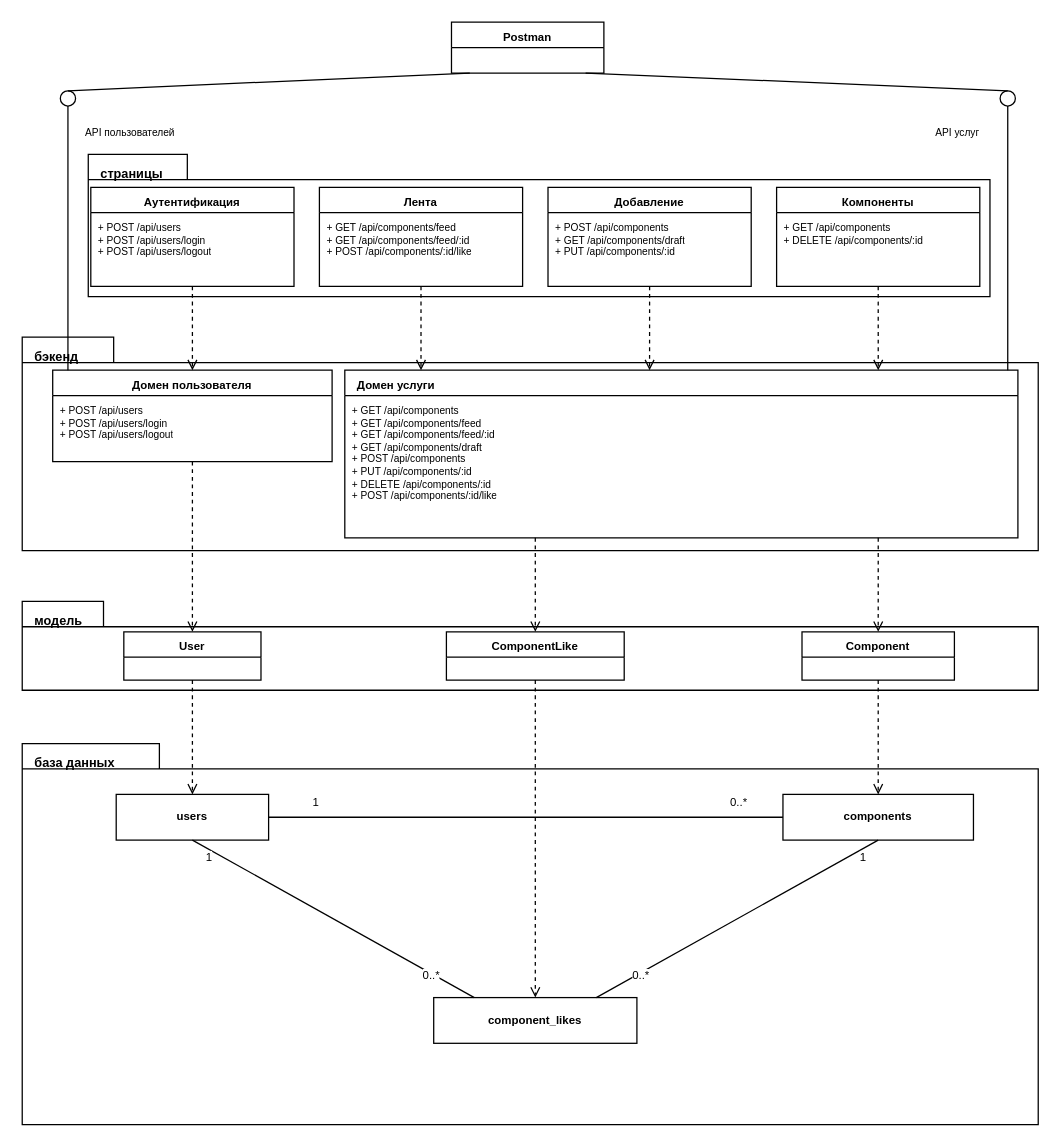
This is page "Диаграмма классов" (2 of 2) of docs/er-diagram.drawio from exexexd0/web-backend-availability, a draw.io file, before an edit. Source tidied: cells renumbered, new cells numbered last; positions are measured from the earlier drawing's top-left corner, leaving out a move shared by most shapes. Both pictures are drawn from the tidied source at 127%, with x=0, y=0 at pixel (22, 22).
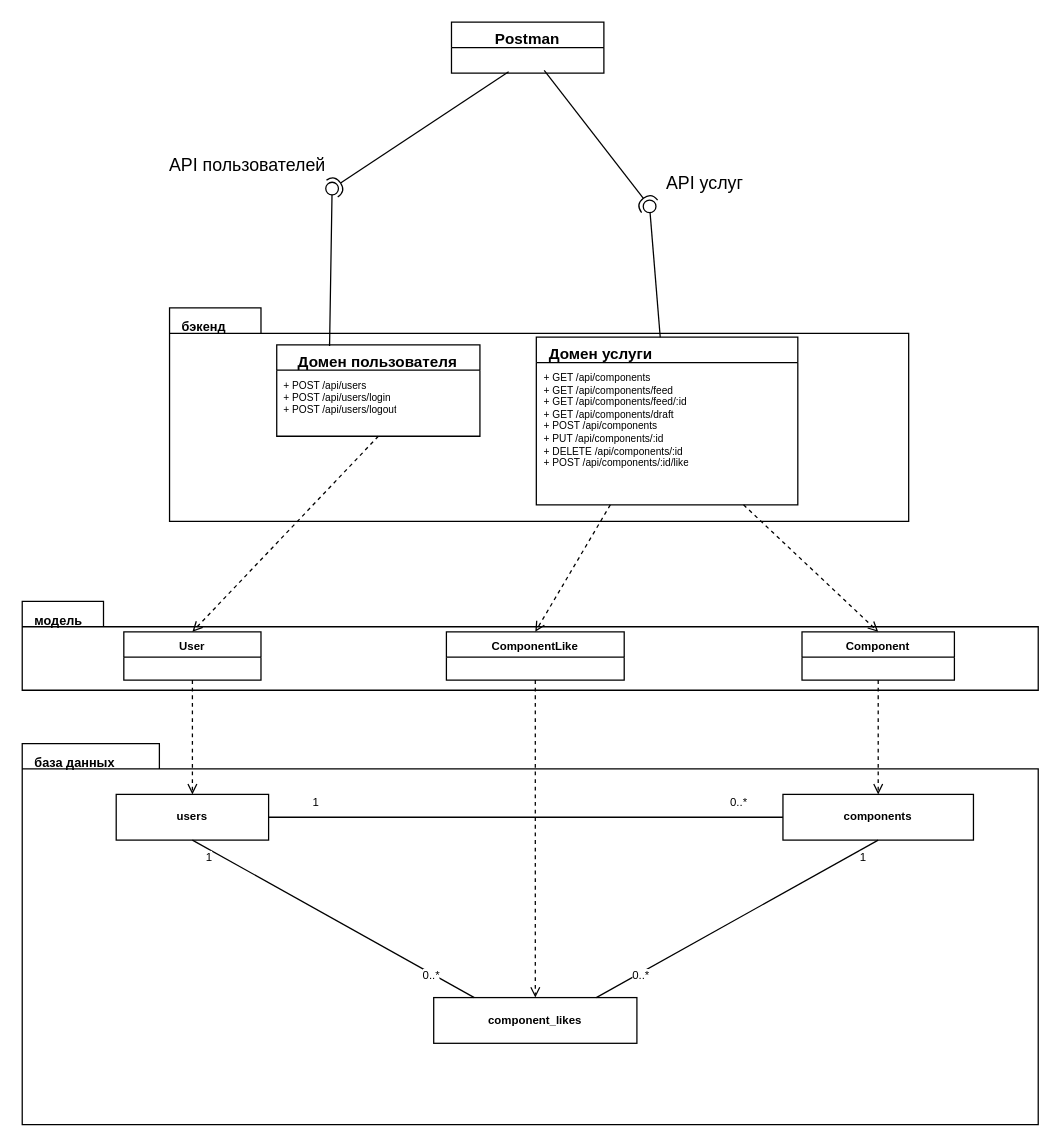
After the change.

The change refers to these unchanged cells:
```xml
<mxCell id="23" value="User" style="swimlane;fontStyle=1;align=center;verticalAlign=top;horizontal=1;startSize=20;whiteSpace=wrap;html=1;fontSize=9;strokeColor=#000000;fillColor=#ffffff;fontFamily=Helvetica;" parent="22" vertex="1">
  <mxGeometry x="80" y="24" width="108" height="38" as="geometry" />
</mxCell>
<mxCell id="25" value="ComponentLike" style="swimlane;fontStyle=1;align=center;verticalAlign=top;horizontal=1;startSize=20;whiteSpace=wrap;html=1;fontSize=9;strokeColor=#000000;fillColor=#ffffff;fontFamily=Helvetica;" parent="22" vertex="1">
  <mxGeometry x="334" y="24" width="140" height="38" as="geometry" />
</mxCell>
<mxCell id="27" value="Component" style="swimlane;fontStyle=1;align=center;verticalAlign=top;horizontal=1;startSize=20;whiteSpace=wrap;html=1;fontSize=9;strokeColor=#000000;fillColor=#ffffff;fontFamily=Helvetica;" parent="22" vertex="1">
  <mxGeometry x="614" y="24" width="120" height="38" as="geometry" />
</mxCell>
```

The edit, as a diff of the source:
```diff
@@
-    <mxCell id="2" value="Postman" style="swimlane;fontStyle=1;align=center;verticalAlign=top;horizontal=1;startSize=20;whiteSpace=wrap;html=1;fontSize=9;strokeColor=#000000;fillColor=#ffffff;fontFamily=Helvetica;" parent="1" vertex="1">
+    <mxCell id="2" value="&lt;font style=&quot;font-size: 12px;&quot;&gt;Postman&lt;/font&gt;" style="swimlane;fontStyle=1;align=center;verticalAlign=top;horizontal=1;startSize=20;whiteSpace=wrap;html=1;fontSize=9;strokeColor=#000000;fillColor=#ffffff;fontFamily=Helvetica;" parent="1" vertex="1">
       <mxGeometry x="338" width="120" height="40" as="geometry" />
     </mxCell>
     <mxCell id="3" style="text;strokeColor=none;fillColor=none;align=left;verticalAlign=middle;spacingLeft=4;overflow=hidden;whiteSpace=wrap;html=1;fontSize=8;" parent="2" vertex="1">
-      <mxGeometry y="22" width="120" height="18" as="geometry" />
+      <mxGeometry y="20" width="120" height="18" as="geometry" />
     </mxCell>
-    <mxCell id="4" style="ellipse;whiteSpace=wrap;html=1;fillColor=#ffffff;strokeColor=#000000;strokeWidth=1;" parent="1" vertex="1">
-      <mxGeometry x="30" y="54" width="12" height="12" as="geometry" />
-    </mxCell>
-    <mxCell id="5" value="API пользователей" style="text;html=1;strokeColor=none;fillColor=none;align=left;verticalAlign=middle;fontSize=8;fontFamily=Helvetica;whiteSpace=wrap;" parent="1" vertex="1">
-      <mxGeometry x="48" y="78" width="130" height="18" as="geometry" />
+    <mxCell id="5" value="&lt;font style=&quot;font-size: 14px;&quot;&gt;API пользователей&lt;/font&gt;" style="text;html=1;strokeColor=none;fillColor=none;align=left;verticalAlign=middle;fontSize=8;fontFamily=Helvetica;whiteSpace=wrap;" parent="1" vertex="1">
+      <mxGeometry x="114" y="104" width="130" height="18" as="geometry" />
     </mxCell>
-    <mxCell id="6" style="ellipse;whiteSpace=wrap;html=1;fillColor=#ffffff;strokeColor=#000000;strokeWidth=1;" parent="1" vertex="1">
-      <mxGeometry x="770" y="54" width="12" height="12" as="geometry" />
-    </mxCell>
-    <mxCell id="7" value="API услуг" style="text;html=1;strokeColor=none;fillColor=none;align=right;verticalAlign=middle;fontSize=8;fontFamily=Helvetica;whiteSpace=wrap;" parent="1" vertex="1">
-      <mxGeometry x="644" y="78" width="112" height="18" as="geometry" />
+    <mxCell id="7" value="&lt;font style=&quot;font-size: 14px;&quot;&gt;API услуг&lt;/font&gt;" style="text;html=1;strokeColor=none;fillColor=none;align=right;verticalAlign=middle;fontSize=8;fontFamily=Helvetica;whiteSpace=wrap;" parent="1" vertex="1">
+      <mxGeometry x="458" y="118" width="112" height="18" as="geometry" />
     </mxCell>
-    <mxCell id="8" value="страницы" style="shape=folder;fontStyle=1;tabPosition=left;html=1;align=left;verticalAlign=top;spacingLeft=8;spacingTop=3;fontSize=10;strokeWidth=1;strokeColor=#000000;fillColor=#ffffff;whiteSpace=wrap;fontFamily=Helvetica;tabWidth=78;tabHeight=20;" parent="1" vertex="1">
-      <mxGeometry x="52" y="104" width="710" height="112" as="geometry" />
-    </mxCell>
-    <mxCell id="9" value="Аутентификация" style="swimlane;fontStyle=1;align=center;verticalAlign=top;horizontal=1;startSize=20;whiteSpace=wrap;html=1;fontSize=9;strokeColor=#000000;fillColor=#ffffff;fontFamily=Helvetica;" parent="8" vertex="1">
-      <mxGeometry x="2" y="26" width="160" height="78" as="geometry" />
-    </mxCell>
-    <mxCell id="10" value="+ POST /api/users&lt;br&gt;+ POST /api/users/login&lt;br&gt;+ POST /api/users/logout" style="text;strokeColor=none;fillColor=none;align=left;verticalAlign=top;spacingLeft=4;spacingRight=3;spacingTop=1;overflow=hidden;whiteSpace=wrap;html=1;fontSize=8;fontFamily=Helvetica;" parent="9" vertex="1">
-      <mxGeometry y="20" width="160" height="58" as="geometry" />
-    </mxCell>
-    <mxCell id="11" value="Лента" style="swimlane;fontStyle=1;align=center;verticalAlign=top;horizontal=1;startSize=20;whiteSpace=wrap;html=1;fontSize=9;strokeColor=#000000;fillColor=#ffffff;fontFamily=Helvetica;" parent="8" vertex="1">
-      <mxGeometry x="182" y="26" width="160" height="78" as="geometry" />
-    </mxCell>
-    <mxCell id="12" value="+ GET /api/components/feed&lt;br&gt;+ GET /api/components/feed/:id&lt;br&gt;+ POST /api/components/:id/like" style="text;strokeColor=none;fillColor=none;align=left;verticalAlign=top;spacingLeft=4;spacingRight=3;spacingTop=1;overflow=hidden;whiteSpace=wrap;html=1;fontSize=8;fontFamily=Helvetica;" parent="11" vertex="1">
-      <mxGeometry y="20" width="160" height="58" as="geometry" />
-    </mxCell>
-    <mxCell id="13" value="Добавление" style="swimlane;fontStyle=1;align=center;verticalAlign=top;horizontal=1;startSize=20;whiteSpace=wrap;html=1;fontSize=9;strokeColor=#000000;fillColor=#ffffff;fontFamily=Helvetica;" parent="8" vertex="1">
-      <mxGeometry x="362" y="26" width="160" height="78" as="geometry" />
-    </mxCell>
-    <mxCell id="14" value="+ POST /api/components&lt;br&gt;+ GET /api/components/draft&lt;br&gt;+ PUT /api/components/:id" style="text;strokeColor=none;fillColor=none;align=left;verticalAlign=top;spacingLeft=4;spacingRight=3;spacingTop=1;overflow=hidden;whiteSpace=wrap;html=1;fontSize=8;fontFamily=Helvetica;" parent="13" vertex="1">
-      <mxGeometry y="20" width="160" height="58" as="geometry" />
-    </mxCell>
-    <mxCell id="15" value="Компоненты" style="swimlane;fontStyle=1;align=center;verticalAlign=top;horizontal=1;startSize=20;whiteSpace=wrap;html=1;fontSize=9;strokeColor=#000000;fillColor=#ffffff;fontFamily=Helvetica;" parent="8" vertex="1">
-      <mxGeometry x="542" y="26" width="160" height="78" as="geometry" />
-    </mxCell>
-    <mxCell id="16" value="+ GET /api/components&lt;br&gt;+ DELETE /api/components/:id" style="text;strokeColor=none;fillColor=none;align=left;verticalAlign=top;spacingLeft=4;spacingRight=3;spacingTop=1;overflow=hidden;whiteSpace=wrap;html=1;fontSize=8;fontFamily=Helvetica;" parent="15" vertex="1">
-      <mxGeometry y="20" width="160" height="58" as="geometry" />
-    </mxCell>
     <mxCell id="17" value="бэкенд" style="shape=folder;fontStyle=1;tabPosition=left;html=1;align=left;verticalAlign=top;spacingLeft=8;spacingTop=3;fontSize=10;strokeWidth=1;strokeColor=#000000;fillColor=#ffffff;whiteSpace=wrap;fontFamily=Helvetica;tabWidth=72;tabHeight=20;" parent="1" vertex="1">
-      <mxGeometry y="248" width="800" height="168" as="geometry" />
+      <mxGeometry x="116" y="225" width="582" height="168" as="geometry" />
     </mxCell>
-    <mxCell id="18" value="Домен пользователя" style="swimlane;fontStyle=1;align=center;verticalAlign=top;horizontal=1;startSize=20;whiteSpace=wrap;html=1;fontSize=9;strokeColor=#000000;fillColor=#ffffff;fontFamily=Helvetica;" parent="17" vertex="1">
-      <mxGeometry x="24" y="26" width="220" height="72" as="geometry" />
+    <mxCell id="18" value="&lt;font style=&quot;font-size: 12px;&quot;&gt;Домен пользователя&lt;/font&gt;" style="swimlane;fontStyle=1;align=center;verticalAlign=top;horizontal=1;startSize=20;whiteSpace=wrap;html=1;fontSize=9;strokeColor=#000000;fillColor=#ffffff;fontFamily=Helvetica;" parent="17" vertex="1">
+      <mxGeometry x="84.4" y="29" width="160" height="72" as="geometry" />
     </mxCell>
     <mxCell id="19" value="+ POST /api/users&lt;br&gt;+ POST /api/users/login&lt;br&gt;+ POST /api/users/logout" style="text;strokeColor=none;fillColor=none;align=left;verticalAlign=top;spacingLeft=4;spacingRight=3;spacingTop=1;overflow=hidden;whiteSpace=wrap;html=1;fontSize=8;fontFamily=Helvetica;" parent="18" vertex="1">
-      <mxGeometry y="20" width="220" height="52" as="geometry" />
+      <mxGeometry y="20" width="160" height="52" as="geometry" />
     </mxCell>
-    <mxCell id="20" value="Домен услуги" style="swimlane;fontStyle=1;align=left;spacingLeft=8;verticalAlign=top;horizontal=1;startSize=20;whiteSpace=wrap;html=1;fontSize=9;strokeColor=#000000;fillColor=#ffffff;fontFamily=Helvetica;" parent="17" vertex="1">
-      <mxGeometry x="254" y="26" width="530" height="132" as="geometry" />
+    <mxCell id="20" value="&lt;font style=&quot;font-size: 12px;&quot;&gt;Домен услуги&lt;/font&gt;" style="swimlane;fontStyle=1;align=left;spacingLeft=8;verticalAlign=top;horizontal=1;startSize=20;whiteSpace=wrap;html=1;fontSize=9;strokeColor=#000000;fillColor=#ffffff;fontFamily=Helvetica;" parent="17" vertex="1">
+      <mxGeometry x="288.8" y="23" width="205.9" height="132" as="geometry" />
     </mxCell>
     <mxCell id="21" value="+ GET /api/components&lt;br&gt;+ GET /api/components/feed&lt;br&gt;+ GET /api/components/feed/:id&lt;br&gt;+ GET /api/components/draft&lt;br&gt;+ POST /api/components&lt;br&gt;+ PUT /api/components/:id&lt;br&gt;+ DELETE /api/components/:id&lt;br&gt;+ POST /api/components/:id/like" style="text;strokeColor=none;fillColor=none;align=left;verticalAlign=top;spacingLeft=4;spacingRight=3;spacingTop=1;overflow=hidden;whiteSpace=wrap;html=1;fontSize=8;fontFamily=Helvetica;" parent="20" vertex="1">
-      <mxGeometry y="20" width="530" height="112" as="geometry" />
+      <mxGeometry y="20" width="205.9" height="112" as="geometry" />
     </mxCell>
@@
-    <mxCell id="33" style="endArrow=none;html=1;strokeWidth=1;strokeColor=#000000;rounded=0;endFill=0;edgeStyle=none;exitX=0.12;exitY=1;exitDx=0;exitDy=0;entryX=0.5;entryY=0;" parent="1" edge="1" source="2" target="4">
-      <mxGeometry relative="1" as="geometry" />
-    </mxCell>
-    <mxCell id="34" style="endArrow=none;html=1;strokeWidth=1;strokeColor=#000000;rounded=0;endFill=0;edgeStyle=none;exitX=0.88;exitY=1;exitDx=0;exitDy=0;entryX=0.5;entryY=0;" parent="1" edge="1" source="2" target="6">
-      <mxGeometry relative="1" as="geometry" />
-    </mxCell>
-    <mxCell id="35" style="endArrow=none;html=1;strokeWidth=1;strokeColor=#000000;rounded=0;endFill=0;edgeStyle=orthogonalEdgeStyle;exitX=0.5;exitY=1;entryX=0.0545;entryY=0;" parent="1" edge="1" source="4" target="18">
-      <mxGeometry relative="1" as="geometry" />
-    </mxCell>
-    <mxCell id="36" style="endArrow=none;html=1;strokeWidth=1;strokeColor=#000000;rounded=0;endFill=0;edgeStyle=orthogonalEdgeStyle;exitX=0.5;exitY=1;entryX=0.9849;entryY=0;" parent="1" edge="1" source="6" target="20">
-      <mxGeometry relative="1" as="geometry" />
-    </mxCell>
-    <mxCell id="37" style="edgeStyle=orthogonalEdgeStyle;html=1;dashed=1;endArrow=open;endFill=0;strokeWidth=1;strokeColor=#000000;rounded=0;jumpStyle=arc;jumpSize=6;exitX=0.5;exitY=1;entryX=0.5;entryY=0;" parent="1" edge="1" source="9" target="18">
-      <mxGeometry relative="1" as="geometry" />
-    </mxCell>
-    <mxCell id="38" style="edgeStyle=orthogonalEdgeStyle;html=1;dashed=1;endArrow=open;endFill=0;strokeWidth=1;strokeColor=#000000;rounded=0;jumpStyle=arc;jumpSize=6;exitX=0.5;exitY=1;entryX=0.1132;entryY=0;" parent="1" edge="1" source="11" target="20">
-      <mxGeometry relative="1" as="geometry" />
-    </mxCell>
-    <mxCell id="39" style="edgeStyle=orthogonalEdgeStyle;html=1;dashed=1;endArrow=open;endFill=0;strokeWidth=1;strokeColor=#000000;rounded=0;jumpStyle=arc;jumpSize=6;exitX=0.5;exitY=1;entryX=0.4528;entryY=0;" parent="1" edge="1" source="13" target="20">
-      <mxGeometry relative="1" as="geometry" />
-    </mxCell>
-    <mxCell id="40" style="edgeStyle=orthogonalEdgeStyle;html=1;dashed=1;endArrow=open;endFill=0;strokeWidth=1;strokeColor=#000000;rounded=0;jumpStyle=arc;jumpSize=6;exitX=0.5;exitY=1;entryX=0.7925;entryY=0;" parent="1" edge="1" source="15" target="20">
-      <mxGeometry relative="1" as="geometry" />
-    </mxCell>
-    <mxCell id="41" style="edgeStyle=orthogonalEdgeStyle;html=1;dashed=1;endArrow=open;endFill=0;strokeWidth=1;strokeColor=#000000;rounded=0;jumpStyle=arc;jumpSize=6;exitX=0.5;exitY=1;entryX=0.5;entryY=0;" parent="1" edge="1" source="18" target="23">
+    <mxCell id="41" style="html=1;dashed=1;endArrow=open;endFill=0;strokeWidth=1;strokeColor=#000000;rounded=0;jumpStyle=arc;jumpSize=6;exitX=0.5;exitY=1;entryX=0.5;entryY=0;" parent="1" edge="1" source="18" target="23">
       <mxGeometry relative="1" as="geometry" />
     </mxCell>
-    <mxCell id="42" style="edgeStyle=orthogonalEdgeStyle;html=1;dashed=1;endArrow=open;endFill=0;strokeWidth=1;strokeColor=#000000;rounded=0;jumpStyle=arc;jumpSize=6;exitX=0.283;exitY=1;entryX=0.5;entryY=0;" parent="1" edge="1" source="20" target="25">
+    <mxCell id="42" style="html=1;dashed=1;endArrow=open;endFill=0;strokeWidth=1;strokeColor=#000000;rounded=0;jumpStyle=arc;jumpSize=6;exitX=0.283;exitY=1;entryX=0.5;entryY=0;" parent="1" edge="1" source="20" target="25">
       <mxGeometry relative="1" as="geometry" />
     </mxCell>
-    <mxCell id="43" style="edgeStyle=orthogonalEdgeStyle;html=1;dashed=1;endArrow=open;endFill=0;strokeWidth=1;strokeColor=#000000;rounded=0;jumpStyle=arc;jumpSize=6;exitX=0.7925;exitY=1;entryX=0.5;entryY=0;" parent="1" edge="1" source="20" target="27">
+    <mxCell id="43" style="html=1;dashed=1;endArrow=open;endFill=0;strokeWidth=1;strokeColor=#000000;rounded=0;jumpStyle=arc;jumpSize=6;exitX=0.7925;exitY=1;entryX=0.5;entryY=0;" parent="1" edge="1" source="20" target="27">
       <mxGeometry relative="1" as="geometry" />
     </mxCell>
@@
+    <mxCell id="56" style="rounded=0;jettySize=auto;html=1;endArrow=none;endFill=0;sketch=0;sourcePerimeterSpacing=0;targetPerimeterSpacing=0;fontSize=12;" parent="1" edge="1" target="58">
+      <mxGeometry relative="1" as="geometry">
+        <mxPoint x="242" y="252" as="sourcePoint" />
+        <Array as="points">
+          <mxPoint x="242" y="255" />
+        </Array>
+      </mxGeometry>
+    </mxCell>
+    <mxCell id="57" style="rounded=0;jettySize=auto;html=1;endArrow=halfCircle;endFill=0;entryX=0.5;entryY=0.5;endSize=6;strokeWidth=1;sketch=0;fontSize=12;" parent="1" edge="1" target="58">
+      <mxGeometry relative="1" as="geometry">
+        <mxPoint x="383" y="39" as="sourcePoint" />
+      </mxGeometry>
+    </mxCell>
+    <mxCell id="58" style="ellipse;whiteSpace=wrap;html=1;align=center;points=[];outlineConnect=0;sketch=0;fontSize=12;" parent="1" vertex="1">
+      <mxGeometry x="239" y="126" width="10" height="10" as="geometry" />
+    </mxCell>
+    <mxCell id="59" style="rounded=0;jettySize=auto;html=1;endArrow=none;endFill=0;sketch=0;sourcePerimeterSpacing=0;targetPerimeterSpacing=0;fontSize=14;" parent="1" edge="1" source="20" target="61">
+      <mxGeometry relative="1" as="geometry" />
+    </mxCell>
+    <mxCell id="60" style="rounded=0;jettySize=auto;html=1;endArrow=halfCircle;endFill=0;entryX=0.5;entryY=0.5;endSize=6;strokeWidth=1;sketch=0;fontSize=14;" parent="1" edge="1" target="61">
+      <mxGeometry relative="1" as="geometry">
+        <mxPoint x="411" y="38" as="sourcePoint" />
+      </mxGeometry>
+    </mxCell>
+    <mxCell id="61" style="ellipse;whiteSpace=wrap;html=1;align=center;points=[];outlineConnect=0;sketch=0;fontSize=14;" parent="1" vertex="1">
+      <mxGeometry x="489" y="140" width="10" height="10" as="geometry" />
+    </mxCell>
```
